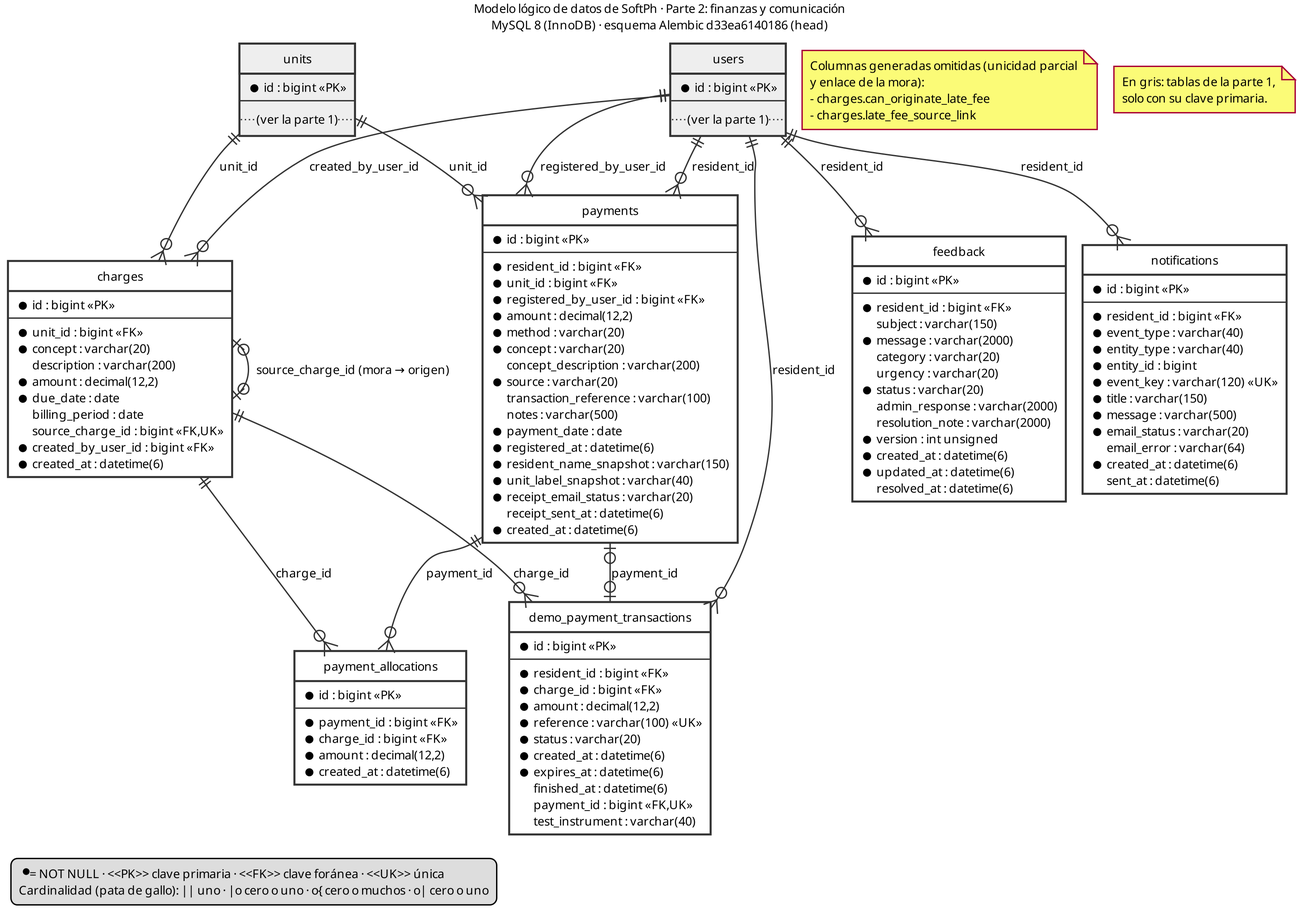
Earlier version of the PlantUML export docs/entrega-objetivos/modelo-datos/modelo-datos-completo-parte2.png (yilberDev/SoftPh-Academico). Its source is kept beside it as docs/entrega-objetivos/modelo-datos/modelo-datos-completo-parte2.puml.
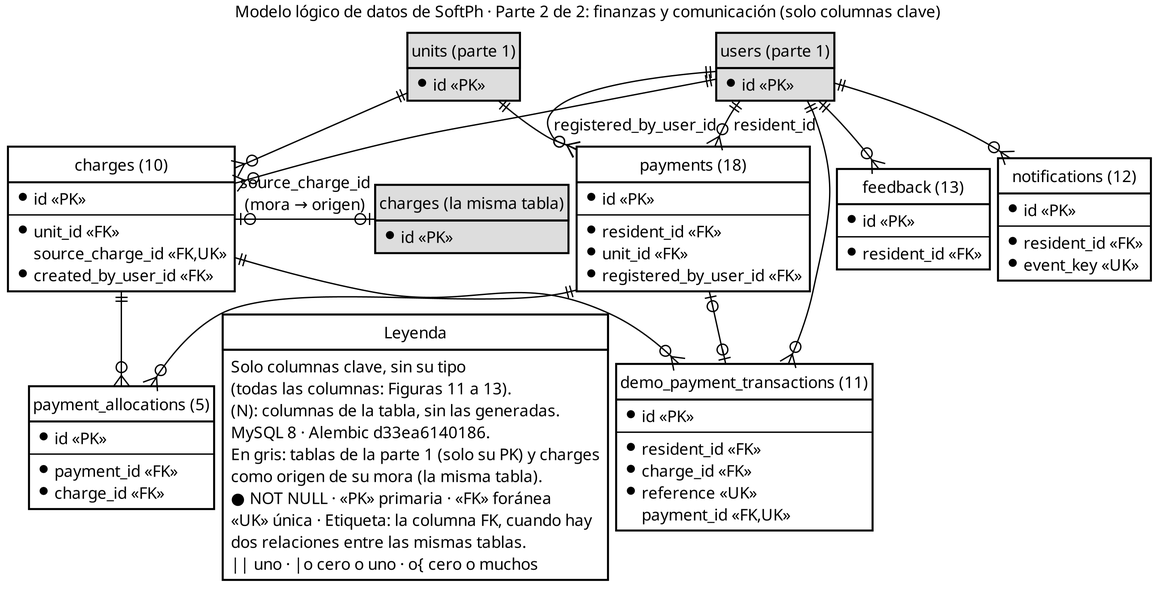
The same file after the commit.

Change to the diagram source:
```diff
@@ -1,141 +1,93 @@
 @startuml
 skinparam dpi 300
+skinparam monochrome true
+skinparam backgroundColor white
 skinparam shadowing false
 skinparam defaultFontName Helvetica
-skinparam defaultFontSize 9
+skinparam defaultFontSize 12
 skinparam class {
   BackgroundColor White
-  BorderColor #333333
-  ArrowColor #333333
+  BorderColor Black
+  ArrowColor Black
 }
 hide circle
 hide methods
 top to bottom direction
-skinparam nodesep 12
-skinparam ranksep 30
-title Modelo lógico de datos de SoftPh · Parte 2: finanzas y comunicación\nMySQL 8 (InnoDB) · esquema Alembic d33ea6140186 (head)
-entity "charges" as charges {
-  *id : bigint <<PK>>
+skinparam nodesep 6
+skinparam ranksep 10
+title Modelo lógico de datos de SoftPh · Parte 2 de 2: finanzas y comunicación (solo columnas clave)
+entity "units (parte 1)" as units #DDDDDD {
+  *id <<PK>>
+}
+entity "charges (10)" as charges {
+  *id <<PK>>
   --
-  *unit_id : bigint <<FK>>
-  *concept : varchar(20)
-  description : varchar(200)
-  *amount : decimal(12,2)
-  *due_date : date
-  billing_period : date
-  source_charge_id : bigint <<FK,UK>>
-  *created_by_user_id : bigint <<FK>>
-  *created_at : datetime(6)
+  *unit_id <<FK>>
+  source_charge_id <<FK,UK>>
+  *created_by_user_id <<FK>>
 }
-entity "payments" as payments {
-  *id : bigint <<PK>>
+entity "charges (la misma tabla)" as charges_origen #DDDDDD {
+  *id <<PK>>
+}
+entity "payment_allocations (5)" as payment_allocations {
+  *id <<PK>>
   --
-  *resident_id : bigint <<FK>>
-  *unit_id : bigint <<FK>>
-  *registered_by_user_id : bigint <<FK>>
-  *amount : decimal(12,2)
-  *method : varchar(20)
-  *concept : varchar(20)
-  concept_description : varchar(200)
-  *source : varchar(20)
-  transaction_reference : varchar(100)
-  notes : varchar(500)
-  *payment_date : date
-  *registered_at : datetime(6)
-  *resident_name_snapshot : varchar(150)
-  *unit_label_snapshot : varchar(40)
-  *receipt_email_status : varchar(20)
-  receipt_sent_at : datetime(6)
-  *created_at : datetime(6)
+  *payment_id <<FK>>
+  *charge_id <<FK>>
 }
-entity "payment_allocations" as payment_allocations {
-  *id : bigint <<PK>>
+entity "users (parte 1)" as users #DDDDDD {
+  *id <<PK>>
+}
+entity "payments (18)" as payments {
+  *id <<PK>>
   --
-  *payment_id : bigint <<FK>>
-  *charge_id : bigint <<FK>>
-  *amount : decimal(12,2)
-  *created_at : datetime(6)
+  *resident_id <<FK>>
+  *unit_id <<FK>>
+  *registered_by_user_id <<FK>>
 }
-entity "demo_payment_transactions" as demo_payment_transactions {
-  *id : bigint <<PK>>
+entity "demo_payment_transactions (11)" as demo_payment_transactions {
+  *id <<PK>>
   --
-  *resident_id : bigint <<FK>>
-  *charge_id : bigint <<FK>>
-  *amount : decimal(12,2)
-  *reference : varchar(100) <<UK>>
-  *status : varchar(20)
-  *created_at : datetime(6)
-  *expires_at : datetime(6)
-  finished_at : datetime(6)
-  payment_id : bigint <<FK,UK>>
-  test_instrument : varchar(40)
+  *resident_id <<FK>>
+  *charge_id <<FK>>
+  *reference <<UK>>
+  payment_id <<FK,UK>>
 }
-entity "feedback" as feedback {
-  *id : bigint <<PK>>
+entity "feedback (13)" as feedback {
+  *id <<PK>>
   --
-  *resident_id : bigint <<FK>>
-  subject : varchar(150)
-  *message : varchar(2000)
-  category : varchar(20)
-  urgency : varchar(20)
-  *status : varchar(20)
-  admin_response : varchar(2000)
-  resolution_note : varchar(2000)
-  *version : int unsigned
-  *created_at : datetime(6)
-  *updated_at : datetime(6)
-  resolved_at : datetime(6)
+  *resident_id <<FK>>
 }
-entity "notifications" as notifications {
-  *id : bigint <<PK>>
+entity "notifications (12)" as notifications {
+  *id <<PK>>
   --
-  *resident_id : bigint <<FK>>
-  *event_type : varchar(40)
-  *entity_type : varchar(40)
-  *entity_id : bigint
-  *event_key : varchar(120) <<UK>>
-  *title : varchar(150)
-  *message : varchar(500)
-  *email_status : varchar(20)
-  email_error : varchar(64)
-  *created_at : datetime(6)
-  sent_at : datetime(6)
+  *resident_id <<FK>>
+  *event_key <<UK>>
 }
-entity "units" as units #EEEEEE {
-  *id : bigint <<PK>>
-  --
-  .. (ver la parte 1) ..
-}
-entity "users" as users #EEEEEE {
-  *id : bigint <<PK>>
-  --
-  .. (ver la parte 1) ..
-}
-users ||--o{ charges : "created_by_user_id"
-charges |o--o| charges : "source_charge_id (mora → origen)"
-units ||--o{ charges : "unit_id"
-charges ||--o{ demo_payment_transactions : "charge_id"
-payments |o--o| demo_payment_transactions : "payment_id"
-users ||--o{ demo_payment_transactions : "resident_id"
-users ||--o{ feedback : "resident_id"
-users ||--o{ notifications : "resident_id"
-charges ||--o{ payment_allocations : "charge_id"
-payments ||--o{ payment_allocations : "payment_id"
+users ||--o{ charges
+charges |o-o| charges_origen : "source_charge_id\n(mora → origen)"
+units ||--o{ charges
+charges ||--o{ demo_payment_transactions
+payments |o--o| demo_payment_transactions
+users ||--o{ demo_payment_transactions
+users ||--o{ feedback
+users ||--o{ notifications
+charges ||--o{ payment_allocations
+payments ||--o{ payment_allocations
 users ||--o{ payments : "registered_by_user_id"
 users ||--o{ payments : "resident_id"
-units ||--o{ payments : "unit_id"
-note as generadas
-  Columnas generadas omitidas (unicidad parcial
-  y enlace de la mora):
-  - charges.can_originate_late_fee
-  - charges.late_fee_source_link
-end note
-note as externas
-  En gris: tablas de la parte 1,
-  solo con su clave primaria.
-end note
-legend bottom left
-  * = NOT NULL · <<PK>> clave primaria · <<FK>> clave foránea · <<UK>> única
-  Cardinalidad (pata de gallo): || uno · |o cero o uno · o{ cero o muchos · o| cero o uno
-endlegend
+units ||--o{ payments
+entity "Leyenda" as leyenda #FFFFFF {
+  Solo columnas clave, sin su tipo
+  (todas las columnas: Figuras 11 a 13).
+  (N): columnas de la tabla, sin las generadas.
+  MySQL 8 · Alembic d33ea6140186.
+  En gris: tablas de la parte 1 (solo su PK) y charges
+  como origen de su mora (la misma tabla).
+  ● NOT NULL · <<PK>> primaria · <<FK>> foránea
+  <<UK>> única · Etiqueta: la columna FK, cuando hay
+  dos relaciones entre las mismas tablas.
+  || uno · |o cero o uno · o{ cero o muchos
+}
+payment_allocations -[hidden]> leyenda
 @enduml
```
